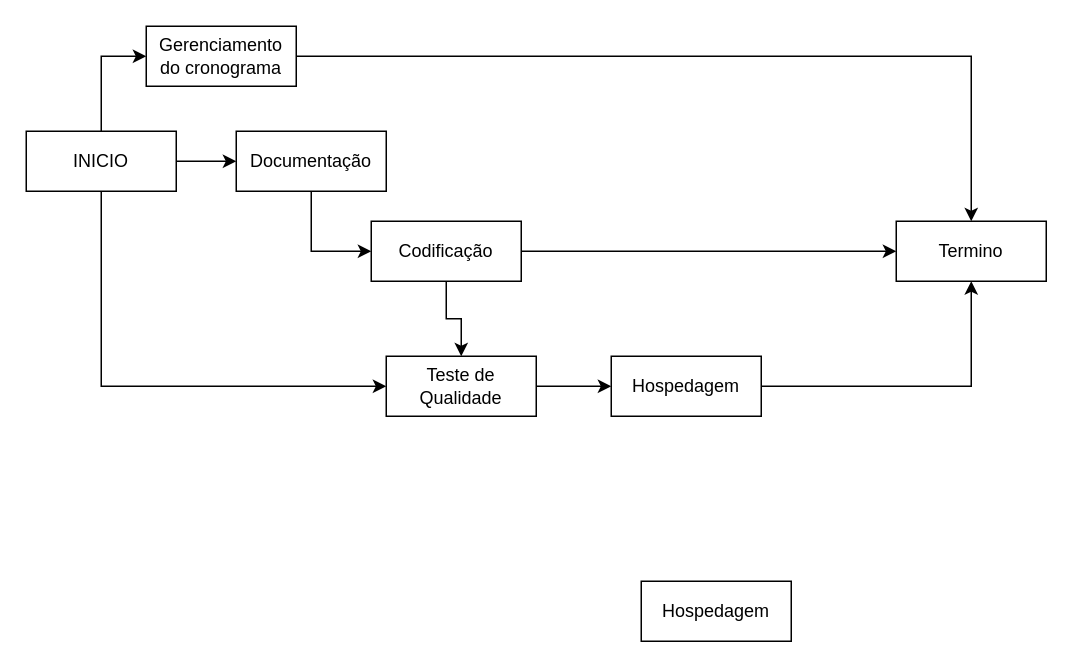
Before: page "Page-1" (1 of 2) of Diagrama de Precedencia_DW.drawio in GabrielMaxMaia/Service-PIIV, a draw.io diagram. Source tidied: cells renumbered, new cells numbered last; positions are measured from the earlier drawing's top-left corner, leaving out a move shared by most shapes. Both pictures are drawn from the tidied source at 150%, with x=0, y=0 at pixel (26, 26).
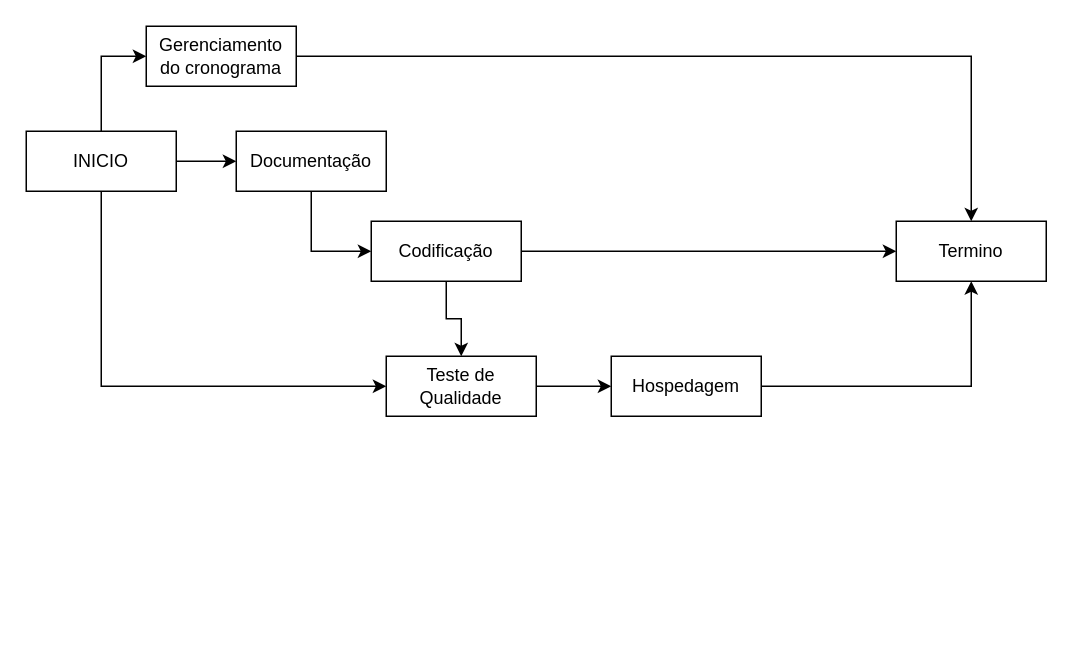
The same page after the edit.

The edit, as a diff of the source:
```diff
@@
-    <mxCell id="18" value="Hospedagem" style="rounded=0;whiteSpace=wrap;html=1;" parent="1" vertex="1">
-      <mxGeometry x="410" y="370" width="100" height="40" as="geometry" />
-    </mxCell>
```
